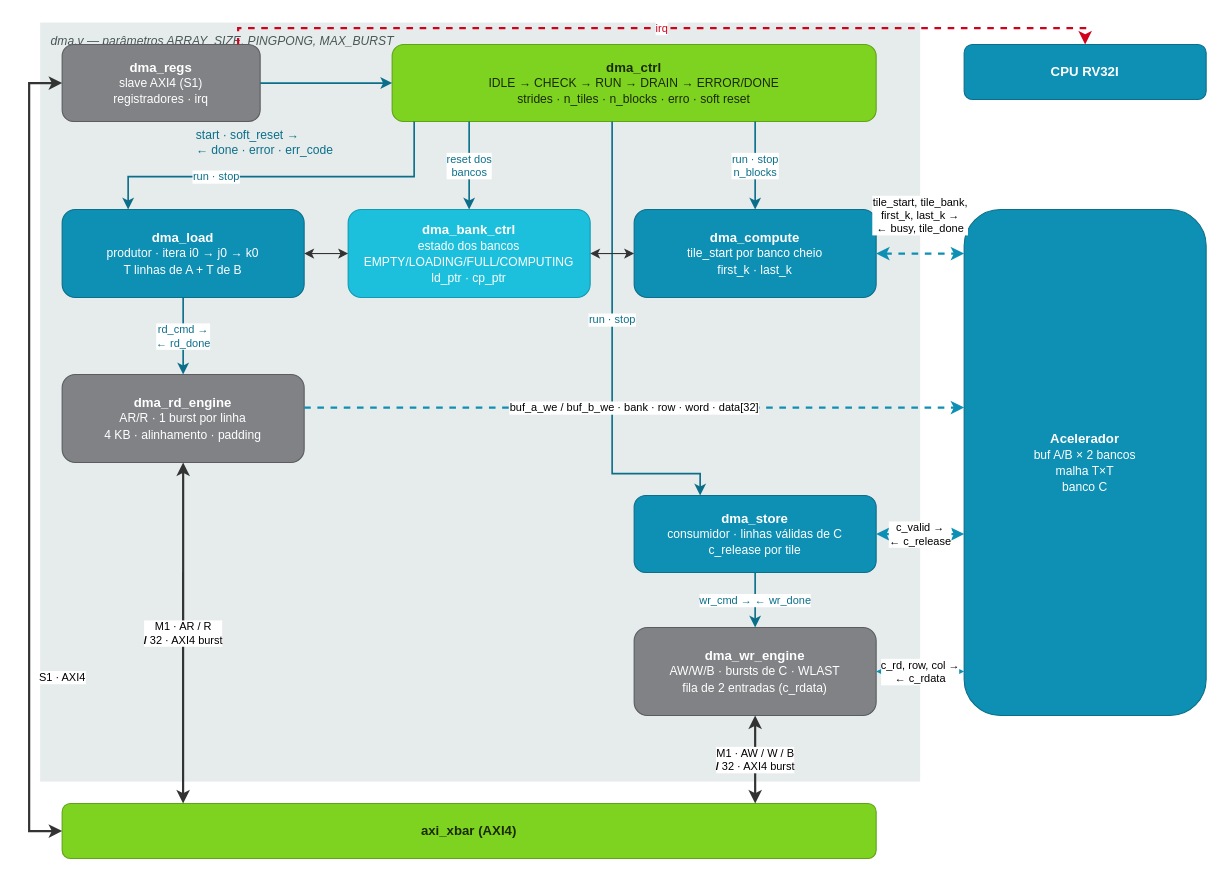
Earlier version of the draw.io diagram docs/img/dma_blocks.drawio (jairsdev/rv32-dma). Source tidied: cells renumbered, new cells numbered last; positions are measured from the earlier drawing's top-left corner, leaving out a move shared by most shapes. Both pictures are drawn from the tidied source at 110%, with x=0, y=0 at pixel (29, 22).
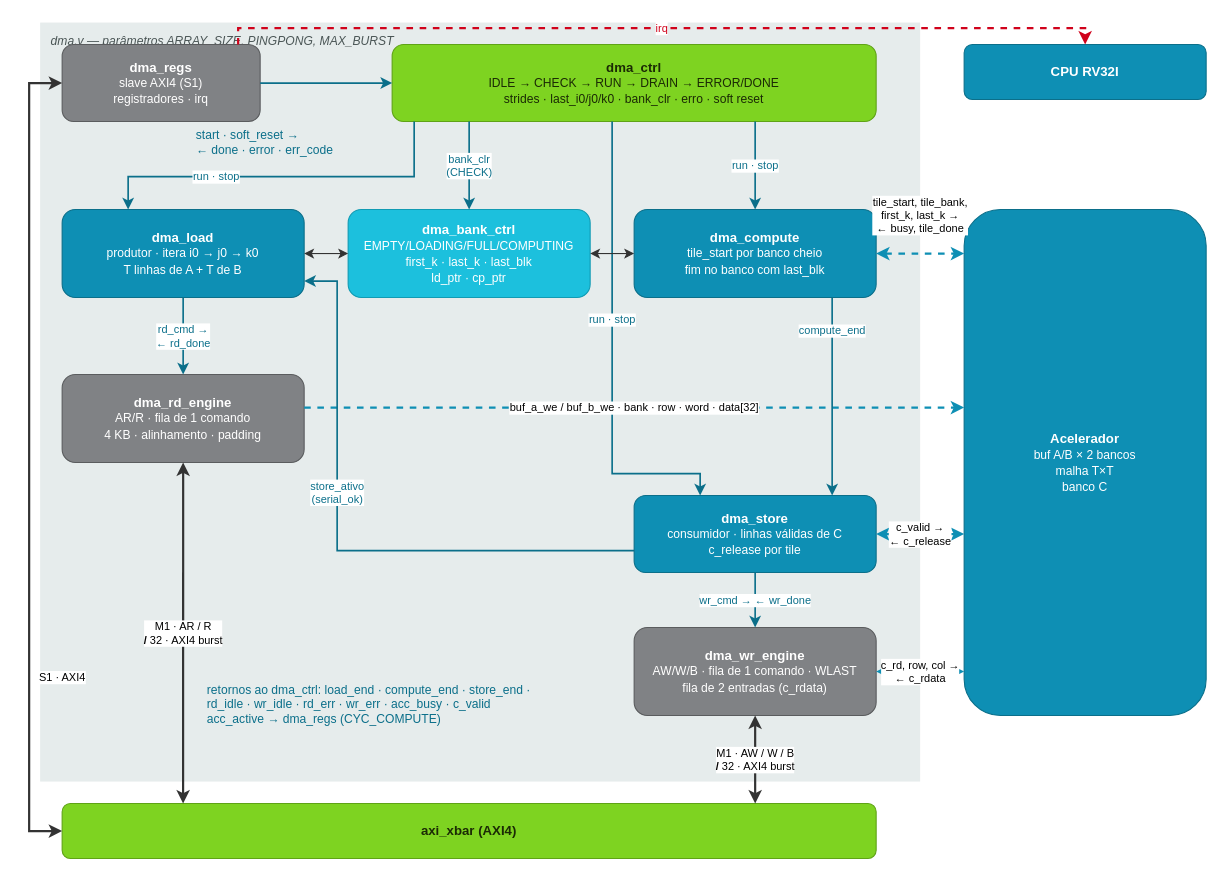
After the change.

Unchanged cells that the change refers to:
```xml
<mxCell id="5" value="dma_load&lt;br&gt;&lt;span style='font-weight:normal;font-size:11px'&gt;produtor · itera i0 → j0 → k0&lt;br&gt;T linhas de A + T de B&lt;/span&gt;" style="whiteSpace=wrap;html=1;fontSize=12;fontStyle=1;rounded=1;fillColor=#0E8FB4;strokeColor=#0B6F8A;fontColor=#FFFFFF;" parent="1" vertex="1">
  <mxGeometry x="30" y="170" width="220" height="80" as="geometry" />
</mxCell>
<mxCell id="9" value="dma_store&lt;br&gt;&lt;span style='font-weight:normal;font-size:11px'&gt;consumidor · linhas válidas de C&lt;br&gt;c_release por tile&lt;/span&gt;" style="whiteSpace=wrap;html=1;fontSize=12;fontStyle=1;rounded=1;fillColor=#0E8FB4;strokeColor=#0B6F8A;fontColor=#FFFFFF;" parent="1" vertex="1">
  <mxGeometry x="550" y="430" width="220" height="70" as="geometry" />
</mxCell>
```

Diff of the diagram source:
```diff
@@
-    <mxCell id="4" value="dma_ctrl&lt;br&gt;&lt;span style='font-weight:normal;font-size:11px'&gt;IDLE → CHECK → RUN → DRAIN → ERROR/DONE&lt;br&gt;strides · n_tiles · n_blocks · erro · soft reset&lt;/span&gt;" style="whiteSpace=wrap;html=1;fontSize=12;fontStyle=1;rounded=1;fillColor=#7ED321;strokeColor=#5FA316;fontColor=#1B2A05;" parent="1" vertex="1">
+    <mxCell id="4" value="dma_ctrl&lt;br&gt;&lt;span style='font-weight:normal;font-size:11px'&gt;IDLE → CHECK → RUN → DRAIN → ERROR/DONE&lt;br&gt;strides · last_i0/j0/k0 · bank_clr · erro · soft reset&lt;/span&gt;" style="whiteSpace=wrap;html=1;fontSize=12;fontStyle=1;rounded=1;fillColor=#7ED321;strokeColor=#5FA316;fontColor=#1B2A05;" parent="1" vertex="1">
       <mxGeometry x="330" y="20" width="440" height="70" as="geometry" />
     </mxCell>
@@
-    <mxCell id="6" value="dma_bank_ctrl&lt;br&gt;&lt;span style='font-weight:normal;font-size:11px'&gt;estado dos bancos&lt;br&gt;EMPTY/LOADING/FULL/COMPUTING&lt;br&gt;ld_ptr · cp_ptr&lt;/span&gt;" style="whiteSpace=wrap;html=1;fontSize=12;fontStyle=1;rounded=1;fillColor=#1CC0DD;strokeColor=#119BB3;fontColor=#FFFFFF;" parent="1" vertex="1">
+    <mxCell id="6" value="dma_bank_ctrl&lt;br&gt;&lt;span style='font-weight:normal;font-size:11px'&gt;EMPTY/LOADING/FULL/COMPUTING&lt;br&gt;first_k · last_k · last_blk&lt;br&gt;ld_ptr · cp_ptr&lt;/span&gt;" style="whiteSpace=wrap;html=1;fontSize=12;fontStyle=1;rounded=1;fillColor=#1CC0DD;strokeColor=#119BB3;fontColor=#FFFFFF;" parent="1" vertex="1">
       <mxGeometry x="290" y="170" width="220" height="80" as="geometry" />
     </mxCell>
-    <mxCell id="7" value="dma_compute&lt;br&gt;&lt;span style='font-weight:normal;font-size:11px'&gt;tile_start por banco cheio&lt;br&gt;first_k · last_k&lt;/span&gt;" style="whiteSpace=wrap;html=1;fontSize=12;fontStyle=1;rounded=1;fillColor=#0E8FB4;strokeColor=#0B6F8A;fontColor=#FFFFFF;" parent="1" vertex="1">
+    <mxCell id="7" value="dma_compute&lt;br&gt;&lt;span style='font-weight:normal;font-size:11px'&gt;tile_start por banco cheio&lt;br&gt;fim no banco com last_blk&lt;/span&gt;" style="whiteSpace=wrap;html=1;fontSize=12;fontStyle=1;rounded=1;fillColor=#0E8FB4;strokeColor=#0B6F8A;fontColor=#FFFFFF;" parent="1" vertex="1">
       <mxGeometry x="550" y="170" width="220" height="80" as="geometry" />
     </mxCell>
-    <mxCell id="8" value="dma_rd_engine&lt;br&gt;&lt;span style='font-weight:normal;font-size:11px'&gt;AR/R · 1 burst por linha&lt;br&gt;4 KB · alinhamento · padding&lt;/span&gt;" style="whiteSpace=wrap;html=1;fontSize=12;fontStyle=1;rounded=1;fillColor=#808285;strokeColor=#5A5C5E;fontColor=#FFFFFF;" parent="1" vertex="1">
+    <mxCell id="8" value="dma_rd_engine&lt;br&gt;&lt;span style='font-weight:normal;font-size:11px'&gt;AR/R · fila de 1 comando&lt;br&gt;4 KB · alinhamento · padding&lt;/span&gt;" style="whiteSpace=wrap;html=1;fontSize=12;fontStyle=1;rounded=1;fillColor=#808285;strokeColor=#5A5C5E;fontColor=#FFFFFF;" parent="1" vertex="1">
       <mxGeometry x="30" y="320" width="220" height="80" as="geometry" />
     </mxCell>
@@
-    <mxCell id="10" value="dma_wr_engine&lt;br&gt;&lt;span style='font-weight:normal;font-size:11px'&gt;AW/W/B · bursts de C · WLAST&lt;br&gt;fila de 2 entradas (c_rdata)&lt;/span&gt;" style="whiteSpace=wrap;html=1;fontSize=12;fontStyle=1;rounded=1;fillColor=#808285;strokeColor=#5A5C5E;fontColor=#FFFFFF;" parent="1" vertex="1">
+    <mxCell id="10" value="dma_wr_engine&lt;br&gt;&lt;span style='font-weight:normal;font-size:11px'&gt;AW/W/B · fila de 1 comando · WLAST&lt;br&gt;fila de 2 entradas (c_rdata)&lt;/span&gt;" style="whiteSpace=wrap;html=1;fontSize=12;fontStyle=1;rounded=1;fillColor=#808285;strokeColor=#5A5C5E;fontColor=#FFFFFF;" parent="1" vertex="1">
       <mxGeometry x="550" y="550" width="220" height="80" as="geometry" />
     </mxCell>
@@
-    <mxCell id="18" value="reset dos&lt;br&gt;bancos" style="edgeStyle=orthogonalEdgeStyle;rounded=0;html=1;fontSize=10;labelBackgroundColor=#FFFFFF;startArrow=classic;startFill=1;endArrow=classic;endFill=1;strokeWidth=2;strokeColor=#333333;strokeWidth=1.5;startArrow=none;strokeColor=#333333;strokeColor=#0B6F8A;fontColor=#0B6F8A;exitX=0.1591;exitY=1.0000;exitDx=0;exitDy=0;entryX=0.5000;entryY=0.0000;entryDx=0;entryDy=0;" parent="1" edge="1" source="4" target="6">
+    <mxCell id="18" value="bank_clr&lt;br&gt;(CHECK)" style="edgeStyle=orthogonalEdgeStyle;rounded=0;html=1;fontSize=10;labelBackgroundColor=#FFFFFF;startArrow=classic;startFill=1;endArrow=classic;endFill=1;strokeWidth=2;strokeColor=#333333;strokeWidth=1.5;startArrow=none;strokeColor=#333333;strokeColor=#0B6F8A;fontColor=#0B6F8A;exitX=0.1591;exitY=1.0000;exitDx=0;exitDy=0;entryX=0.5000;entryY=0.0000;entryDx=0;entryDy=0;" parent="1" edge="1" source="4" target="6">
       <mxGeometry relative="1" as="geometry" />
     </mxCell>
-    <mxCell id="19" value="run · stop&lt;br&gt;n_blocks" style="edgeStyle=orthogonalEdgeStyle;rounded=0;html=1;fontSize=10;labelBackgroundColor=#FFFFFF;startArrow=classic;startFill=1;endArrow=classic;endFill=1;strokeWidth=2;strokeColor=#333333;strokeWidth=1.5;startArrow=none;strokeColor=#333333;strokeColor=#0B6F8A;fontColor=#0B6F8A;exitX=0.7500;exitY=1.0000;exitDx=0;exitDy=0;entryX=0.5000;entryY=0.0000;entryDx=0;entryDy=0;" parent="1" edge="1" source="4" target="7">
+    <mxCell id="19" value="run · stop" style="edgeStyle=orthogonalEdgeStyle;rounded=0;html=1;fontSize=10;labelBackgroundColor=#FFFFFF;startArrow=classic;startFill=1;endArrow=classic;endFill=1;strokeWidth=2;strokeColor=#333333;strokeWidth=1.5;startArrow=none;strokeColor=#333333;strokeColor=#0B6F8A;fontColor=#0B6F8A;exitX=0.7500;exitY=1.0000;exitDx=0;exitDy=0;entryX=0.5000;entryY=0.0000;entryDx=0;entryDy=0;" parent="1" edge="1" source="4" target="7">
       <mxGeometry relative="1" as="geometry" />
     </mxCell>
@@
+    <mxCell id="32" value="store_ativo&lt;br&gt;(serial_ok)" style="edgeStyle=orthogonalEdgeStyle;rounded=0;html=1;fontSize=10;labelBackgroundColor=#FFFFFF;startArrow=classic;startFill=1;endArrow=classic;endFill=1;strokeWidth=2;strokeColor=#333333;strokeWidth=1.5;startArrow=none;strokeColor=#333333;strokeColor=#0B6F8A;fontColor=#0B6F8A;exitX=0.0000;exitY=0.7143;exitDx=0;exitDy=0;entryX=1.0000;entryY=0.8125;entryDx=0;entryDy=0;" parent="1" edge="1" source="9" target="5">
+      <mxGeometry relative="1" as="geometry">
+        <Array as="points">
+          <mxPoint x="280" y="480" />
+          <mxPoint x="280" y="235" />
+        </Array>
+        <mxPoint y="-50" as="offset" />
+      </mxGeometry>
+    </mxCell>
+    <mxCell id="33" value="compute_end" style="edgeStyle=orthogonalEdgeStyle;rounded=0;html=1;fontSize=10;labelBackgroundColor=#FFFFFF;startArrow=classic;startFill=1;endArrow=classic;endFill=1;strokeWidth=2;strokeColor=#333333;strokeWidth=1.5;startArrow=none;strokeColor=#333333;strokeColor=#0B6F8A;fontColor=#0B6F8A;exitX=0.8182;exitY=1.0000;exitDx=0;exitDy=0;entryX=0.8182;entryY=0.0000;entryDx=0;entryDy=0;" parent="1" edge="1" source="7" target="9">
+      <mxGeometry relative="1" as="geometry">
+        <mxPoint y="-60" as="offset" />
+      </mxGeometry>
+    </mxCell>
+    <mxCell id="34" value="&lt;span style='font-weight:normal;font-size:11px'&gt;retornos ao dma_ctrl: load_end · compute_end · store_end ·&lt;br&gt;rd_idle · wr_idle · rd_err · wr_err · acc_busy · c_valid&lt;br&gt;acc_active → dma_regs (CYC_COMPUTE)&lt;/span&gt;" style="text;html=1;strokeColor=none;fillColor=none;align=left;verticalAlign=middle;whiteSpace=wrap;fontSize=10;fontColor=#0B6F8A;" parent="1" vertex="1">
+      <mxGeometry x="160" y="590" width="380" height="60" as="geometry" />
+    </mxCell>
```
